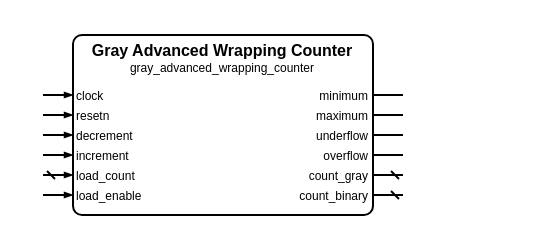
This is sources/counter/gray_advanced_wrapping_counter/gray_advanced_wrapping_counter.symbol.drawio from Louis-DR/OmniCores-BuildingBlocks, a draw.io file, before an edit. Source tidied: cells renumbered, new cells numbered last; positions are measured from the earlier drawing's top-left corner, leaving out a move shared by most shapes. Both pictures are drawn from the tidied source at 200%, with x=0, y=0 at pixel (42, 34).
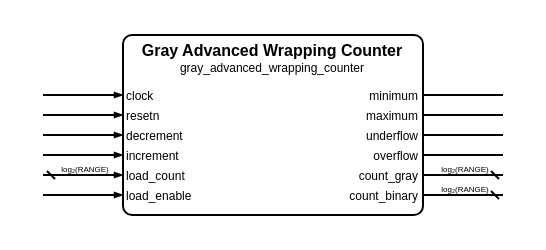
Above is the later version.

Diff of the diagram source:
```diff
@@
     <mxCell id="2" style="group;" parent="1" vertex="1">
-      <mxGeometry width="180" height="90" as="geometry" />
+      <mxGeometry width="230" height="90" as="geometry" />
     </mxCell>
     <mxCell id="3" style="rounded=1;arcSize=5;fillColor=none;strokeWidth=1;strokeColor=black;whiteSpace=wrap;html=1;" parent="2" vertex="1">
-      <mxGeometry x="15" width="150" height="90" as="geometry" />
+      <mxGeometry x="40" width="150" height="90" as="geometry" />
     </mxCell>
     <mxCell id="4" value="Gray Advanced Wrapping Counter" style="text;html=1;align=center;verticalAlign=middle;whiteSpace=wrap;rounded=0;fontSize=8;fontStyle=1;fontColor=black;" parent="2" vertex="1">
-      <mxGeometry x="15" y="7" width="150" as="geometry" />
+      <mxGeometry x="40" y="7" width="150" as="geometry" />
     </mxCell>
     <mxCell id="5" value="gray_advanced_wrapping_counter" style="text;html=1;align=center;verticalAlign=middle;whiteSpace=wrap;rounded=0;fontSize=6;fontStyle=0;fontColor=black;" parent="2" vertex="1">
-      <mxGeometry x="15" y="16" width="150" as="geometry" />
+      <mxGeometry x="40" y="16" width="150" as="geometry" />
     </mxCell>
     <mxCell id="6" value="clock" style="text;html=1;align=left;verticalAlign=middle;whiteSpace=wrap;rounded=0;fontSize=6;fontStyle=0;fontColor=black;" parent="2" vertex="1">
-      <mxGeometry x="15" y="30" width="150" as="geometry" />
+      <mxGeometry x="40" y="30" width="150" as="geometry" />
     </mxCell>
     <mxCell id="7" style="html=1;rounded=1;strokeWidth=1;strokeColor=black;startFill=0;startSize=2;startArrow=none;endFill=1;endSize=2;endArrow=blockThin;sourcePerimeterSpacing=0;" parent="2" edge="1">
       <mxGeometry relative="1" as="geometry">
         <mxPoint y="30" as="sourcePoint" />
-        <mxPoint x="15" y="30" as="targetPoint" />
+        <mxPoint x="40" y="30" as="targetPoint" />
       </mxGeometry>
     </mxCell>
     <mxCell id="8" value="minimum" style="text;html=1;align=right;verticalAlign=middle;whiteSpace=wrap;rounded=0;fontSize=6;fontStyle=0;fontColor=black;" parent="2" vertex="1">
-      <mxGeometry x="15" y="30" width="150" as="geometry" />
+      <mxGeometry x="40" y="30" width="150" as="geometry" />
     </mxCell>
     <mxCell id="9" style="html=1;rounded=1;strokeWidth=1;strokeColor=black;startFill=0;startSize=2;startArrow=none;endFill=1;endSize=2;endArrow=none;sourcePerimeterSpacing=0;" parent="2" edge="1">
       <mxGeometry relative="1" as="geometry">
-        <mxPoint x="180" y="30" as="sourcePoint" />
-        <mxPoint x="165" y="30" as="targetPoint" />
+        <mxPoint x="230" y="30" as="sourcePoint" />
+        <mxPoint x="190" y="30" as="targetPoint" />
       </mxGeometry>
     </mxCell>
     <mxCell id="10" value="resetn" style="text;html=1;align=left;verticalAlign=middle;whiteSpace=wrap;rounded=0;fontSize=6;fontStyle=0;fontColor=black;" parent="2" vertex="1">
-      <mxGeometry x="15" y="40" width="150" as="geometry" />
+      <mxGeometry x="40" y="40" width="150" as="geometry" />
     </mxCell>
     <mxCell id="11" style="html=1;rounded=1;strokeWidth=1;strokeColor=black;startFill=0;startSize=2;startArrow=none;endFill=1;endSize=2;endArrow=blockThin;sourcePerimeterSpacing=0;" parent="2" edge="1">
       <mxGeometry relative="1" as="geometry">
         <mxPoint y="40" as="sourcePoint" />
-        <mxPoint x="15" y="40" as="targetPoint" />
+        <mxPoint x="40" y="40" as="targetPoint" />
       </mxGeometry>
     </mxCell>
     <mxCell id="12" value="maximum" style="text;html=1;align=right;verticalAlign=middle;whiteSpace=wrap;rounded=0;fontSize=6;fontStyle=0;fontColor=black;" parent="2" vertex="1">
-      <mxGeometry x="15" y="40" width="150" as="geometry" />
+      <mxGeometry x="40" y="40" width="150" as="geometry" />
     </mxCell>
     <mxCell id="13" style="html=1;rounded=1;strokeWidth=1;strokeColor=black;startFill=0;startSize=2;startArrow=none;endFill=1;endSize=2;endArrow=none;sourcePerimeterSpacing=0;" parent="2" edge="1">
       <mxGeometry relative="1" as="geometry">
-        <mxPoint x="180" y="40" as="sourcePoint" />
-        <mxPoint x="165" y="40" as="targetPoint" />
+        <mxPoint x="230" y="40" as="sourcePoint" />
+        <mxPoint x="190" y="40" as="targetPoint" />
       </mxGeometry>
     </mxCell>
     <mxCell id="14" value="decrement" style="text;html=1;align=left;verticalAlign=middle;whiteSpace=wrap;rounded=0;fontSize=6;fontStyle=0;fontColor=black;" parent="2" vertex="1">
-      <mxGeometry x="15" y="50" width="150" as="geometry" />
+      <mxGeometry x="40" y="50" width="150" as="geometry" />
     </mxCell>
     <mxCell id="15" style="html=1;rounded=1;strokeWidth=1;strokeColor=black;startFill=0;startSize=2;startArrow=none;endFill=1;endSize=2;endArrow=blockThin;sourcePerimeterSpacing=0;" parent="2" edge="1">
       <mxGeometry relative="1" as="geometry">
         <mxPoint y="50" as="sourcePoint" />
-        <mxPoint x="15" y="50" as="targetPoint" />
+        <mxPoint x="40" y="50" as="targetPoint" />
       </mxGeometry>
     </mxCell>
     <mxCell id="16" value="underflow" style="text;html=1;align=right;verticalAlign=middle;whiteSpace=wrap;rounded=0;fontSize=6;fontStyle=0;fontColor=black;" parent="2" vertex="1">
-      <mxGeometry x="15" y="50" width="150" as="geometry" />
+      <mxGeometry x="40" y="50" width="150" as="geometry" />
     </mxCell>
     <mxCell id="17" style="html=1;rounded=1;strokeWidth=1;strokeColor=black;startFill=0;startSize=2;startArrow=none;endFill=1;endSize=2;endArrow=none;sourcePerimeterSpacing=0;" parent="2" edge="1">
       <mxGeometry relative="1" as="geometry">
-        <mxPoint x="180" y="50" as="sourcePoint" />
-        <mxPoint x="165" y="50" as="targetPoint" />
+        <mxPoint x="230" y="50" as="sourcePoint" />
+        <mxPoint x="190" y="50" as="targetPoint" />
       </mxGeometry>
     </mxCell>
     <mxCell id="18" value="increment" style="text;html=1;align=left;verticalAlign=middle;whiteSpace=wrap;rounded=0;fontSize=6;fontStyle=0;fontColor=black;" parent="2" vertex="1">
-      <mxGeometry x="15" y="60" width="150" as="geometry" />
+      <mxGeometry x="40" y="60" width="150" as="geometry" />
     </mxCell>
     <mxCell id="19" style="html=1;rounded=1;strokeWidth=1;strokeColor=black;startFill=0;startSize=2;startArrow=none;endFill=1;endSize=2;endArrow=blockThin;sourcePerimeterSpacing=0;" parent="2" edge="1">
       <mxGeometry relative="1" as="geometry">
         <mxPoint y="60" as="sourcePoint" />
-        <mxPoint x="15" y="60" as="targetPoint" />
+        <mxPoint x="40" y="60" as="targetPoint" />
       </mxGeometry>
     </mxCell>
     <mxCell id="20" value="overflow" style="text;html=1;align=right;verticalAlign=middle;whiteSpace=wrap;rounded=0;fontSize=6;fontStyle=0;fontColor=black;" parent="2" vertex="1">
-      <mxGeometry x="15" y="60" width="150" as="geometry" />
+      <mxGeometry x="40" y="60" width="150" as="geometry" />
     </mxCell>
     <mxCell id="21" style="html=1;rounded=1;strokeWidth=1;strokeColor=black;startFill=0;startSize=2;startArrow=none;endFill=1;endSize=2;endArrow=none;sourcePerimeterSpacing=0;" parent="2" edge="1">
       <mxGeometry relative="1" as="geometry">
-        <mxPoint x="180" y="60" as="sourcePoint" />
-        <mxPoint x="165" y="60" as="targetPoint" />
+        <mxPoint x="230" y="60" as="sourcePoint" />
+        <mxPoint x="190" y="60" as="targetPoint" />
       </mxGeometry>
     </mxCell>
     <mxCell id="22" value="load_count" style="text;html=1;align=left;verticalAlign=middle;whiteSpace=wrap;rounded=0;fontSize=6;fontStyle=0;fontColor=black;" parent="2" vertex="1">
-      <mxGeometry x="15" y="70" width="150" as="geometry" />
+      <mxGeometry x="40" y="70" width="150" as="geometry" />
     </mxCell>
     <mxCell id="23" style="html=1;rounded=1;strokeWidth=1;strokeColor=black;startFill=0;startSize=2;startArrow=dash;endFill=1;endSize=2;endArrow=blockThin;sourcePerimeterSpacing=0;" parent="2" edge="1">
       <mxGeometry relative="1" as="geometry">
         <mxPoint y="70" as="sourcePoint" />
-        <mxPoint x="15" y="70" as="targetPoint" />
+        <mxPoint x="40" y="70" as="targetPoint" />
       </mxGeometry>
     </mxCell>
+    <mxCell id="30" value="log₂(RANGE)" style="text;html=1;align=center;verticalAlign=middle;whiteSpace=nowrap;rounded=0;fontSize=4;fontStyle=0;fontColor=black;" parent="2" vertex="1">
+      <mxGeometry x="20" y="67" as="geometry" />
+    </mxCell>
     <mxCell id="24" value="count_gray" style="text;html=1;align=right;verticalAlign=middle;whiteSpace=wrap;rounded=0;fontSize=6;fontStyle=0;fontColor=black;" parent="2" vertex="1">
-      <mxGeometry x="15" y="70" width="150" as="geometry" />
+      <mxGeometry x="40" y="70" width="150" as="geometry" />
     </mxCell>
     <mxCell id="25" style="html=1;rounded=1;strokeWidth=1;strokeColor=black;startFill=0;startSize=2;startArrow=dash;endFill=1;endSize=2;endArrow=none;sourcePerimeterSpacing=0;" parent="2" edge="1">
       <mxGeometry relative="1" as="geometry">
-        <mxPoint x="180" y="70" as="sourcePoint" />
-        <mxPoint x="165" y="70" as="targetPoint" />
+        <mxPoint x="230" y="70" as="sourcePoint" />
+        <mxPoint x="190" y="70" as="targetPoint" />
       </mxGeometry>
     </mxCell>
+    <mxCell id="31" value="log₂(RANGE)" style="text;html=1;align=center;verticalAlign=middle;whiteSpace=nowrap;rounded=0;fontSize=4;fontStyle=0;fontColor=black;" parent="2" vertex="1">
+      <mxGeometry x="210" y="67" as="geometry" />
+    </mxCell>
     <mxCell id="26" value="load_enable" style="text;html=1;align=left;verticalAlign=middle;whiteSpace=wrap;rounded=0;fontSize=6;fontStyle=0;fontColor=black;" parent="2" vertex="1">
-      <mxGeometry x="15" y="80" width="150" as="geometry" />
+      <mxGeometry x="40" y="80" width="150" as="geometry" />
     </mxCell>
     <mxCell id="27" style="html=1;rounded=1;strokeWidth=1;strokeColor=black;startFill=0;startSize=2;startArrow=none;endFill=1;endSize=2;endArrow=blockThin;sourcePerimeterSpacing=0;" parent="2" edge="1">
       <mxGeometry relative="1" as="geometry">
         <mxPoint y="80" as="sourcePoint" />
-        <mxPoint x="15" y="80" as="targetPoint" />
+        <mxPoint x="40" y="80" as="targetPoint" />
       </mxGeometry>
     </mxCell>
     <mxCell id="28" value="count_binary" style="text;html=1;align=right;verticalAlign=middle;whiteSpace=wrap;rounded=0;fontSize=6;fontStyle=0;fontColor=black;" parent="2" vertex="1">
-      <mxGeometry x="15" y="80" width="150" as="geometry" />
+      <mxGeometry x="40" y="80" width="150" as="geometry" />
     </mxCell>
     <mxCell id="29" style="html=1;rounded=1;strokeWidth=1;strokeColor=black;startFill=0;startSize=2;startArrow=dash;endFill=1;endSize=2;endArrow=none;sourcePerimeterSpacing=0;" parent="2" edge="1">
       <mxGeometry relative="1" as="geometry">
-        <mxPoint x="180" y="80" as="sourcePoint" />
-        <mxPoint x="165" y="80" as="targetPoint" />
+        <mxPoint x="230" y="80" as="sourcePoint" />
+        <mxPoint x="190" y="80" as="targetPoint" />
       </mxGeometry>
     </mxCell>
+    <mxCell id="32" value="log₂(RANGE)" style="text;html=1;align=center;verticalAlign=middle;whiteSpace=nowrap;rounded=0;fontSize=4;fontStyle=0;fontColor=black;" parent="2" vertex="1">
+      <mxGeometry x="210" y="77" as="geometry" />
+    </mxCell>
```
